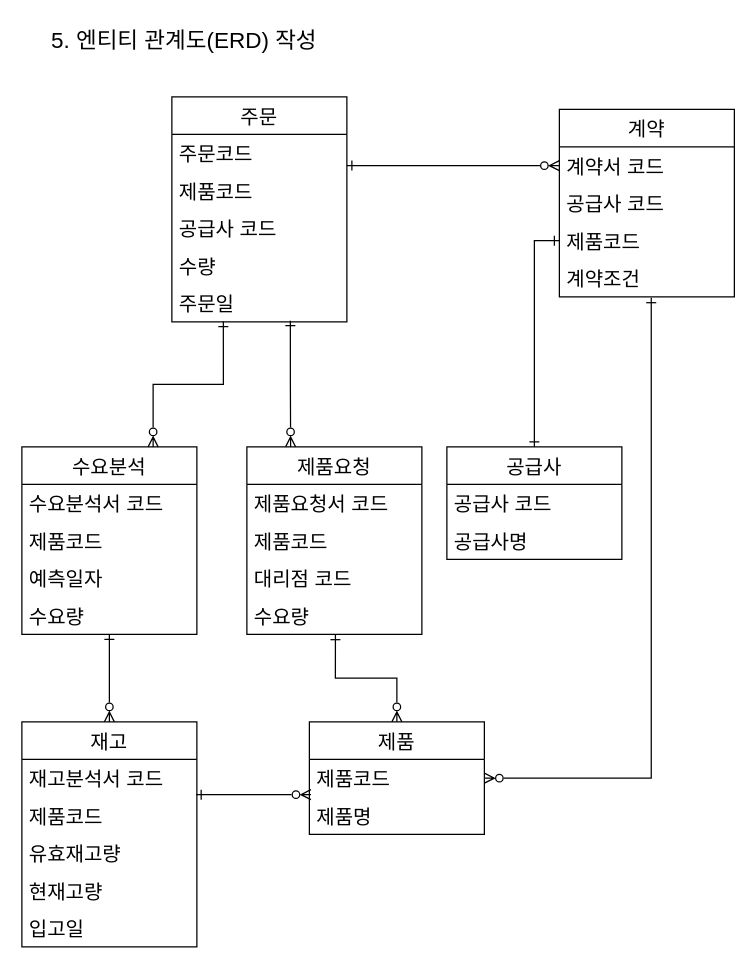
Above: page "step5" (5 of 5) of Chapter10.drawio in jgy2808/Algorithm (draw.io), before the change. Source tidied: cells renumbered, new cells numbered last; positions are measured from the earlier drawing's top-left corner, leaving out a move shared by most shapes. Both pictures are drawn from the tidied source at 125%, with x=0, y=0 at pixel (21, 21).
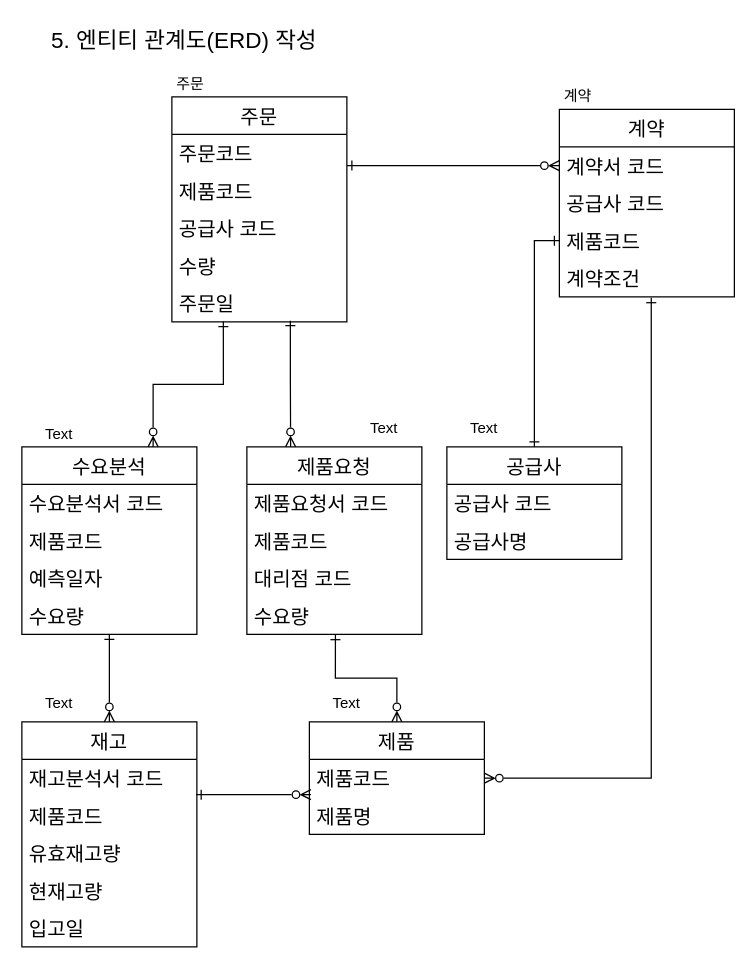
After the change.

The edit, as a diff of the source:
```diff
@@
+    <mxCell id="44" value="계약" style="text;html=1;strokeColor=none;fillColor=none;align=center;verticalAlign=middle;whiteSpace=wrap;rounded=0;" parent="1" vertex="1">
+      <mxGeometry x="430" y="50" width="30" height="20" as="geometry" />
+    </mxCell>
+    <mxCell id="45" value="주문" style="text;html=1;strokeColor=none;fillColor=none;align=center;verticalAlign=middle;whiteSpace=wrap;rounded=0;" parent="1" vertex="1">
+      <mxGeometry x="120" y="40" width="30" height="20" as="geometry" />
+    </mxCell>
+    <mxCell id="46" value="Text" style="text;html=1;strokeColor=none;fillColor=none;align=center;verticalAlign=middle;whiteSpace=wrap;rounded=0;" parent="1" vertex="1">
+      <mxGeometry x="230" y="530" width="60" height="30" as="geometry" />
+    </mxCell>
+    <mxCell id="47" value="Text" style="text;html=1;strokeColor=none;fillColor=none;align=center;verticalAlign=middle;whiteSpace=wrap;rounded=0;" parent="1" vertex="1">
+      <mxGeometry y="530" width="60" height="30" as="geometry" />
+    </mxCell>
+    <mxCell id="48" value="Text" style="text;html=1;strokeColor=none;fillColor=none;align=center;verticalAlign=middle;whiteSpace=wrap;rounded=0;" parent="1" vertex="1">
+      <mxGeometry x="340" y="310" width="60" height="30" as="geometry" />
+    </mxCell>
+    <mxCell id="49" value="Text" style="text;html=1;strokeColor=none;fillColor=none;align=center;verticalAlign=middle;whiteSpace=wrap;rounded=0;" parent="1" vertex="1">
+      <mxGeometry x="260" y="310" width="60" height="30" as="geometry" />
+    </mxCell>
+    <mxCell id="50" value="Text" style="text;html=1;strokeColor=none;fillColor=none;align=center;verticalAlign=middle;whiteSpace=wrap;rounded=0;" parent="1" vertex="1">
+      <mxGeometry y="320" width="60" height="20" as="geometry" />
+    </mxCell>
```
